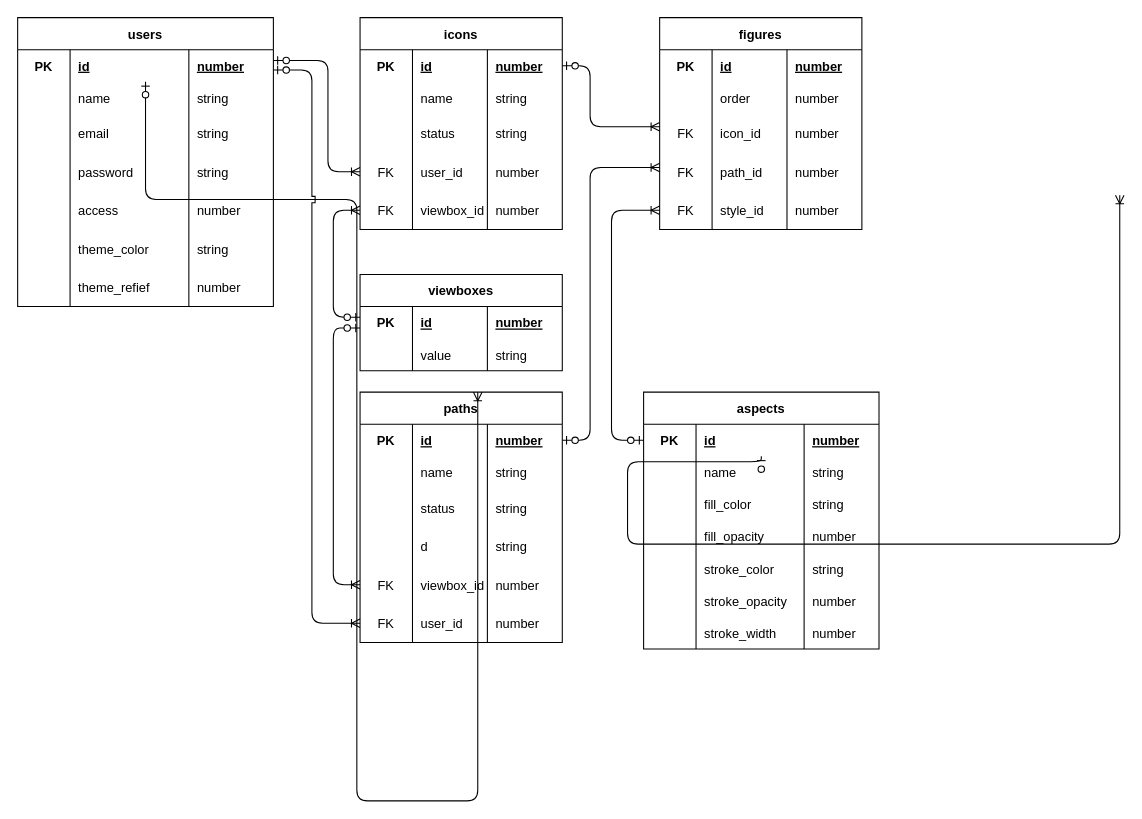
Earlier version of the draw.io diagram doc/ERM_V2.drawio (Johblanc/iconotheque_back). Source tidied: cells renumbered, new cells numbered last; positions are measured from the earlier drawing's top-left corner, leaving out a move shared by most shapes. Both pictures are drawn from the tidied source at 107%, with x=0, y=0 at pixel (17, 17).
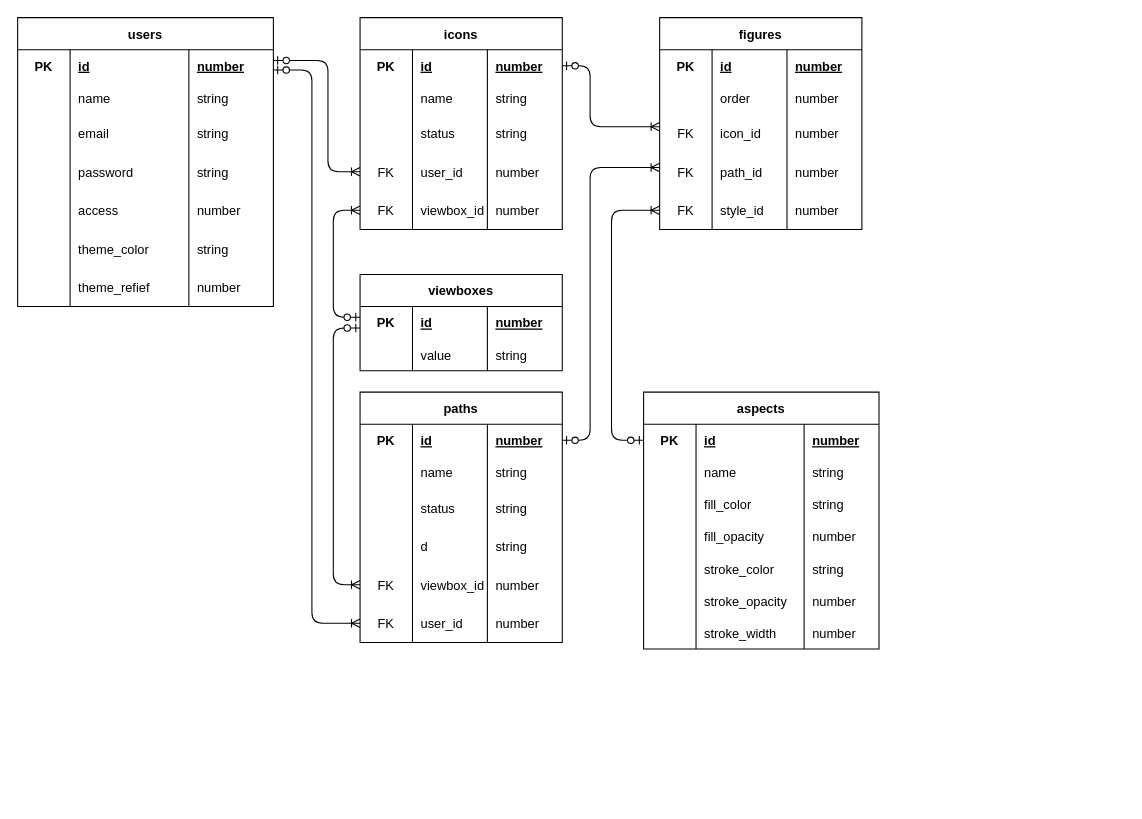
After the change.

Commit message (it also covers changes not shown here):
Body : ERM v2

Unchanged cells that the change refers to:
```xml
<mxCell id="39" style="shape=tableRow;horizontal=0;startSize=0;swimlaneHead=0;swimlaneBody=0;fillColor=none;points=[[0,0.5],[1,0.5]];portConstraint=eastwest;top=0;left=0;right=0;bottom=0;" parent="38" vertex="1">
  <mxGeometry y="30" width="239" height="30" as="geometry" />
</mxCell>
<mxCell id="115" style="shape=tableRow;horizontal=0;startSize=0;swimlaneHead=0;swimlaneBody=0;fillColor=none;points=[[0,0.5],[1,0.5]];portConstraint=eastwest;top=0;left=0;right=0;bottom=0;" parent="114" vertex="1">
  <mxGeometry y="30" width="220" height="30" as="geometry" />
</mxCell>
```

What changed in the source:
```diff
@@
-    <mxCell id="36" style="edgeStyle=orthogonalEdgeStyle;fontSize=12;html=1;endArrow=ERoneToMany;startArrow=ERzeroToOne;entryX=0;entryY=0.5;entryDx=0;entryDy=0;" parent="1" edge="1" source="39">
-      <mxGeometry relative="1" as="geometry">
-        <mxPoint x="430" y="350" as="targetPoint" />
-        <Array as="points">
-          <mxPoint x="317" y="170" />
-          <mxPoint x="317" y="732" />
-        </Array>
-      </mxGeometry>
-    </mxCell>
@@
-    <mxCell id="143" style="edgeStyle=orthogonalEdgeStyle;fontSize=12;html=1;endArrow=ERoneToMany;startArrow=ERzeroToOne;" parent="1" edge="1" source="115">
-      <mxGeometry relative="1" as="geometry">
-        <mxPoint x="1030" y="166" as="targetPoint" />
-        <Array as="points">
-          <mxPoint x="570" y="415" />
-          <mxPoint x="570" y="492" />
-        </Array>
-      </mxGeometry>
-    </mxCell>
```
